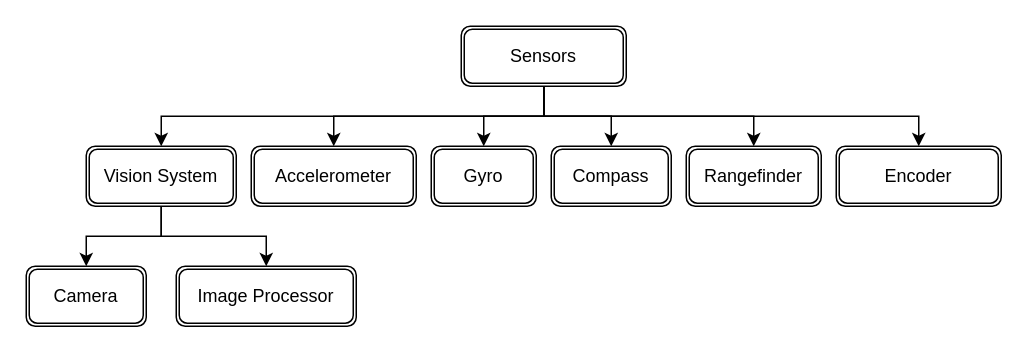
Before: source/docs/software/sensors/diagrams/sensor-overview-software.drawio in wpilibsuite/frc-docs, a draw.io diagram. Source tidied: cells renumbered, new cells numbered last; positions are measured from the earlier drawing's top-left corner, leaving out a move shared by most shapes. Both pictures are drawn from the tidied source at 150%, with x=0, y=0 at pixel (26, 26).
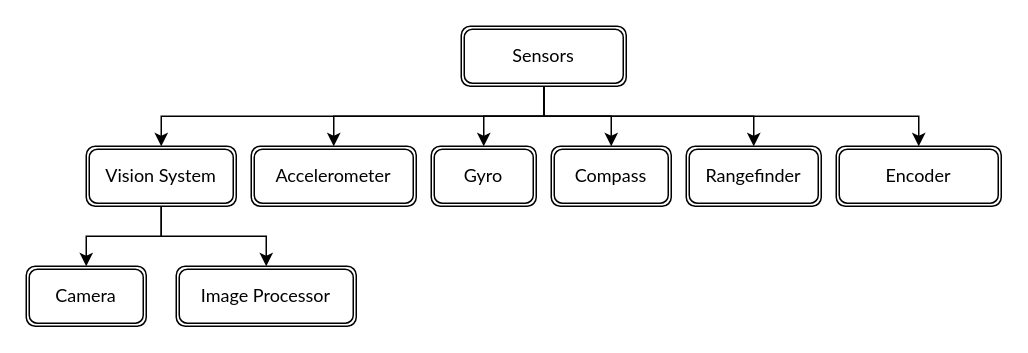
The same diagram, later.

Commit message (it also covers changes not shown here):
Update fonts to Lato

The edit, as a diff of the source:
```diff
@@
-    <mxCell id="2" style="edgeStyle=orthogonalEdgeStyle;rounded=0;jettySize=auto;html=1;exitX=0.5;exitY=1;exitDx=0;exitDy=0;" parent="1" edge="1" source="8" target="11">
+    <mxCell id="2" style="edgeStyle=orthogonalEdgeStyle;rounded=0;jettySize=auto;html=1;exitX=0.5;exitY=1;exitDx=0;exitDy=0;fontFamily=Lato;" parent="1" edge="1" source="8" target="11">
       <mxGeometry relative="1" as="geometry" />
     </mxCell>
-    <mxCell id="3" style="edgeStyle=orthogonalEdgeStyle;rounded=0;jettySize=auto;html=1;" parent="1" edge="1" target="14">
+    <mxCell id="3" style="edgeStyle=orthogonalEdgeStyle;rounded=0;jettySize=auto;html=1;fontFamily=Lato;" parent="1" edge="1" target="14">
       <mxGeometry relative="1" as="geometry">
         <mxPoint x="345" y="40" as="sourcePoint" />
         <Array as="points">
           <mxPoint x="345" y="60" />
           <mxPoint x="205" y="60" />
         </Array>
       </mxGeometry>
     </mxCell>
-    <mxCell id="4" style="edgeStyle=orthogonalEdgeStyle;rounded=0;jettySize=auto;html=1;" parent="1" edge="1" source="8" target="15">
+    <mxCell id="4" style="edgeStyle=orthogonalEdgeStyle;rounded=0;jettySize=auto;html=1;fontFamily=Lato;" parent="1" edge="1" source="8" target="15">
       <mxGeometry relative="1" as="geometry" />
     </mxCell>
-    <mxCell id="5" style="edgeStyle=orthogonalEdgeStyle;rounded=0;jettySize=auto;html=1;" parent="1" edge="1" source="8" target="16">
+    <mxCell id="5" style="edgeStyle=orthogonalEdgeStyle;rounded=0;jettySize=auto;html=1;fontFamily=Lato;" parent="1" edge="1" source="8" target="16">
       <mxGeometry relative="1" as="geometry" />
     </mxCell>
-    <mxCell id="6" style="edgeStyle=orthogonalEdgeStyle;rounded=0;jettySize=auto;html=1;exitX=0.5;exitY=1;exitDx=0;exitDy=0;" parent="1" edge="1" source="8" target="17">
+    <mxCell id="6" style="edgeStyle=orthogonalEdgeStyle;rounded=0;jettySize=auto;html=1;exitX=0.5;exitY=1;exitDx=0;exitDy=0;fontFamily=Lato;" parent="1" edge="1" source="8" target="17">
       <mxGeometry relative="1" as="geometry" />
     </mxCell>
-    <mxCell id="7" style="edgeStyle=orthogonalEdgeStyle;rounded=0;jettySize=auto;html=1;" parent="1" edge="1" target="18">
+    <mxCell id="7" style="edgeStyle=orthogonalEdgeStyle;rounded=0;jettySize=auto;html=1;fontFamily=Lato;" parent="1" edge="1" target="18">
       <mxGeometry relative="1" as="geometry">
         <mxPoint x="345" y="40" as="sourcePoint" />
         <Array as="points">
           <mxPoint x="345" y="60" />
           <mxPoint x="595" y="60" />
         </Array>
       </mxGeometry>
     </mxCell>
-    <mxCell id="8" value="Sensors" style="shape=ext;double=1;rounded=1;whiteSpace=wrap;html=1;" parent="1" vertex="1">
+    <mxCell id="8" value="Sensors" style="shape=ext;double=1;rounded=1;whiteSpace=wrap;html=1;fontFamily=Lato;" parent="1" vertex="1">
       <mxGeometry x="290" width="110" height="40" as="geometry" />
     </mxCell>
-    <mxCell id="9" style="edgeStyle=orthogonalEdgeStyle;rounded=0;jettySize=auto;html=1;" parent="1" edge="1" source="11" target="13">
+    <mxCell id="9" style="edgeStyle=orthogonalEdgeStyle;rounded=0;jettySize=auto;html=1;fontFamily=Lato;" parent="1" edge="1" source="11" target="13">
       <mxGeometry relative="1" as="geometry" />
     </mxCell>
-    <mxCell id="10" style="edgeStyle=orthogonalEdgeStyle;rounded=0;jettySize=auto;html=1;" parent="1" edge="1" source="11" target="12">
+    <mxCell id="10" style="edgeStyle=orthogonalEdgeStyle;rounded=0;jettySize=auto;html=1;fontFamily=Lato;" parent="1" edge="1" source="11" target="12">
       <mxGeometry relative="1" as="geometry" />
     </mxCell>
-    <mxCell id="11" value="Vision System" style="shape=ext;double=1;rounded=1;whiteSpace=wrap;html=1;" parent="1" vertex="1">
+    <mxCell id="11" value="Vision System" style="shape=ext;double=1;rounded=1;whiteSpace=wrap;html=1;fontFamily=Lato;" parent="1" vertex="1">
       <mxGeometry x="40" y="80" width="100" height="40" as="geometry" />
     </mxCell>
-    <mxCell id="12" value="Image Processor" style="shape=ext;double=1;rounded=1;whiteSpace=wrap;html=1;" parent="1" vertex="1">
+    <mxCell id="12" value="Image Processor" style="shape=ext;double=1;rounded=1;whiteSpace=wrap;html=1;fontFamily=Lato;" parent="1" vertex="1">
       <mxGeometry x="100" y="160" width="120" height="40" as="geometry" />
     </mxCell>
-    <mxCell id="13" value="Camera" style="shape=ext;double=1;rounded=1;whiteSpace=wrap;html=1;" parent="1" vertex="1">
+    <mxCell id="13" value="Camera" style="shape=ext;double=1;rounded=1;whiteSpace=wrap;html=1;fontFamily=Lato;" parent="1" vertex="1">
       <mxGeometry y="160" width="80" height="40" as="geometry" />
     </mxCell>
-    <mxCell id="14" value="Accelerometer" style="shape=ext;double=1;rounded=1;whiteSpace=wrap;html=1;" parent="1" vertex="1">
+    <mxCell id="14" value="Accelerometer" style="shape=ext;double=1;rounded=1;whiteSpace=wrap;html=1;fontFamily=Lato;" parent="1" vertex="1">
       <mxGeometry x="150" y="80" width="110" height="40" as="geometry" />
     </mxCell>
-    <mxCell id="15" value="Gyro" style="shape=ext;double=1;rounded=1;whiteSpace=wrap;html=1;" parent="1" vertex="1">
+    <mxCell id="15" value="Gyro" style="shape=ext;double=1;rounded=1;whiteSpace=wrap;html=1;fontFamily=Lato;" parent="1" vertex="1">
       <mxGeometry x="270" y="80" width="70" height="40" as="geometry" />
     </mxCell>
-    <mxCell id="16" value="Compass" style="shape=ext;double=1;rounded=1;whiteSpace=wrap;html=1;" parent="1" vertex="1">
+    <mxCell id="16" value="Compass" style="shape=ext;double=1;rounded=1;whiteSpace=wrap;html=1;fontFamily=Lato;" parent="1" vertex="1">
       <mxGeometry x="350" y="80" width="80" height="40" as="geometry" />
     </mxCell>
-    <mxCell id="17" value="Rangefinder" style="shape=ext;double=1;rounded=1;whiteSpace=wrap;html=1;" parent="1" vertex="1">
+    <mxCell id="17" value="Rangefinder" style="shape=ext;double=1;rounded=1;whiteSpace=wrap;html=1;fontFamily=Lato;" parent="1" vertex="1">
       <mxGeometry x="440" y="80" width="90" height="40" as="geometry" />
     </mxCell>
-    <mxCell id="18" value="Encoder" style="shape=ext;double=1;rounded=1;whiteSpace=wrap;html=1;" parent="1" vertex="1">
+    <mxCell id="18" value="Encoder" style="shape=ext;double=1;rounded=1;whiteSpace=wrap;html=1;fontFamily=Lato;" parent="1" vertex="1">
       <mxGeometry x="540" y="80" width="110" height="40" as="geometry" />
     </mxCell>
```
